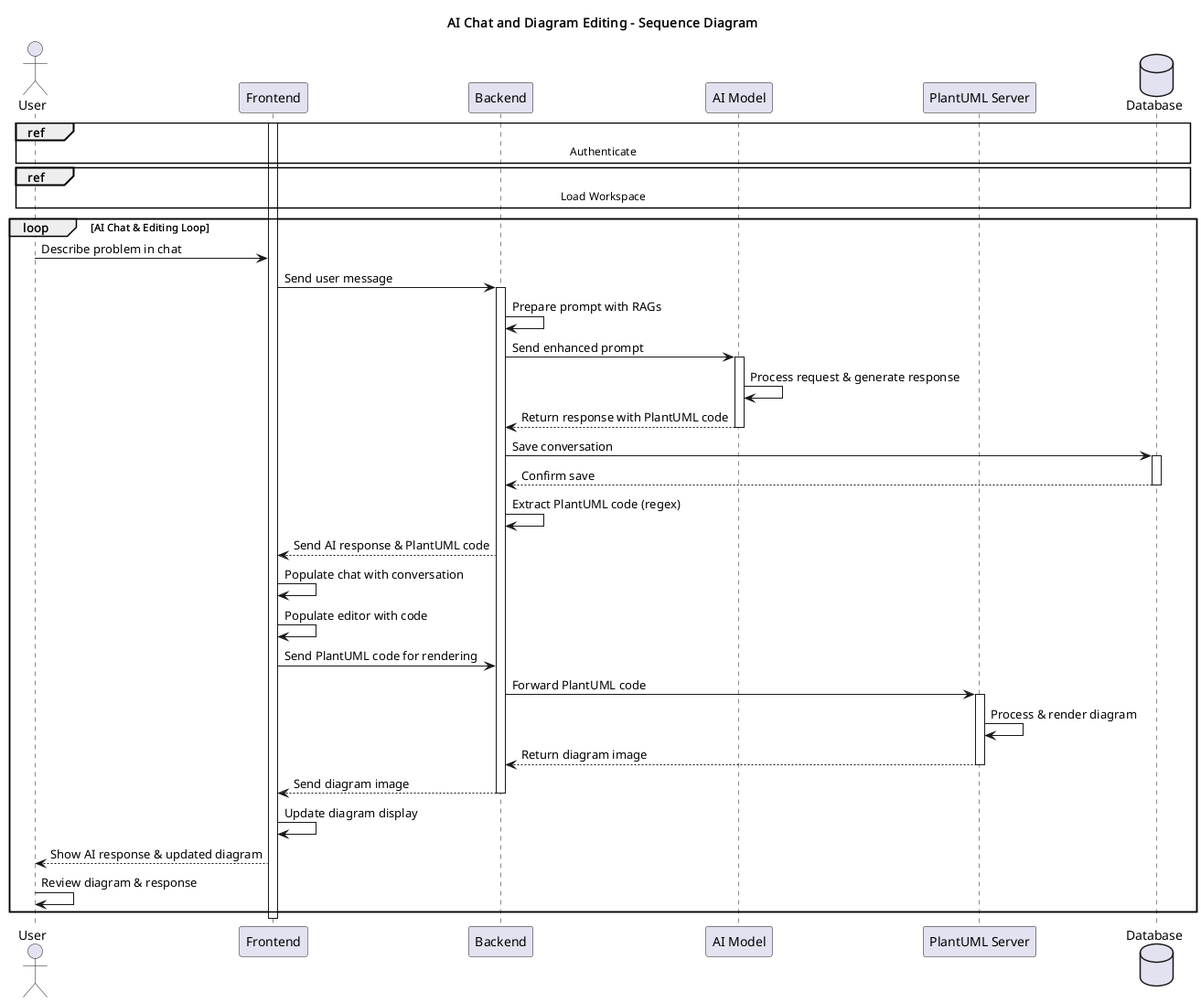
Earlier version of the PlantUML export conception/SprintIV/sequence_diagrams/sequence_workspaceManagement_5_3_ChatWithAIMode.png (souhaib-askri/report_pfe).
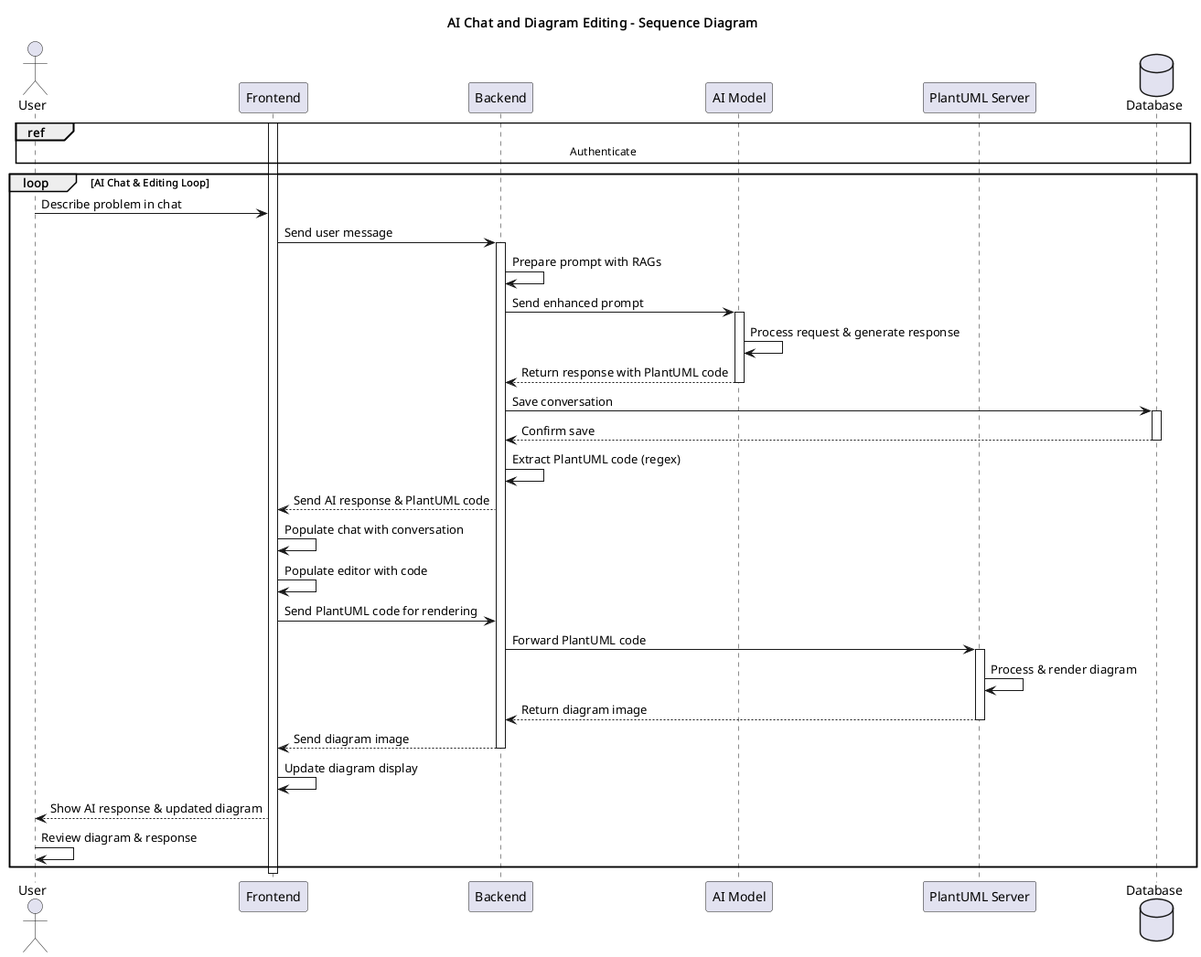
After the change.

What changed in the source:
```diff
@@ -9,8 +9,6 @@
 database Database
 
 ref over User, Database: Authenticate
-
-ref over User, Database: Load Workspace
 
 activate Frontend
 
```
